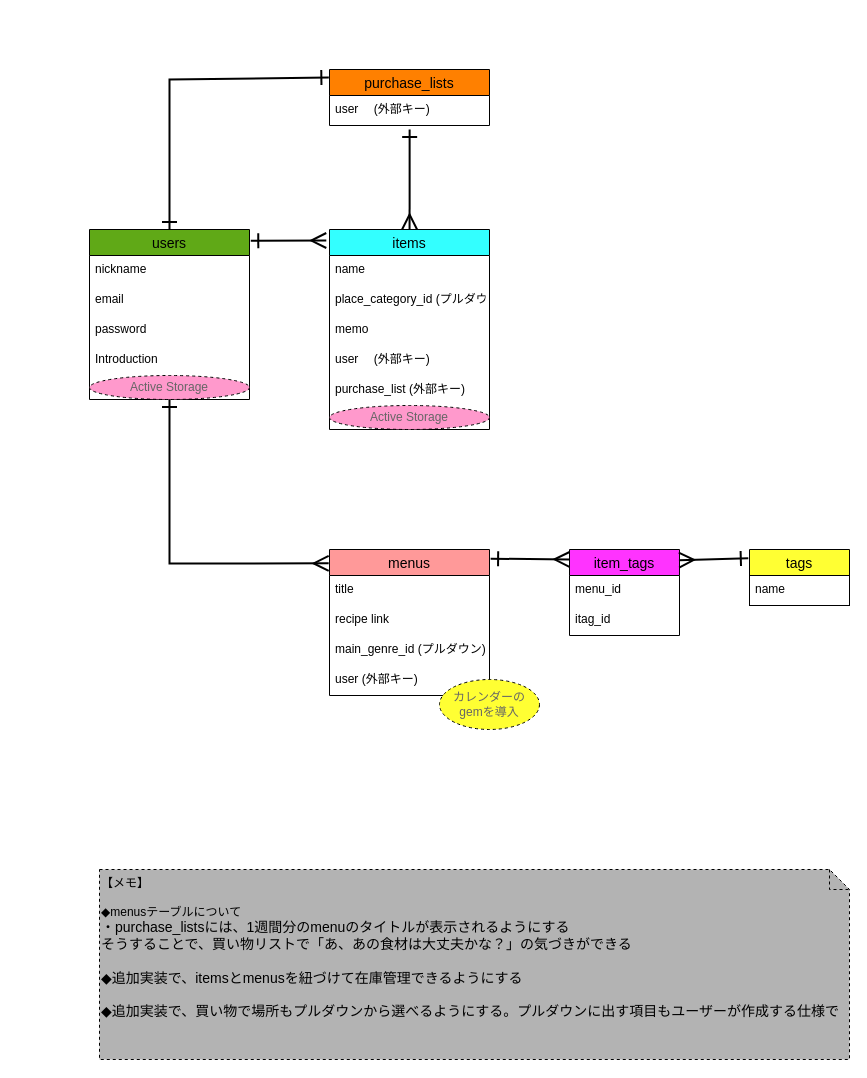
This is page "案1" (1 of 2) of ER.dio from miyazato1872/shopping_memo, a draw.io file, before an edit. Source tidied: cells renumbered, new cells numbered last; positions are measured from the earlier drawing's top-left corner, leaving out a move shared by most shapes. Both pictures are drawn from the tidied source at 100%, with x=0, y=0 at pixel (89, 69).
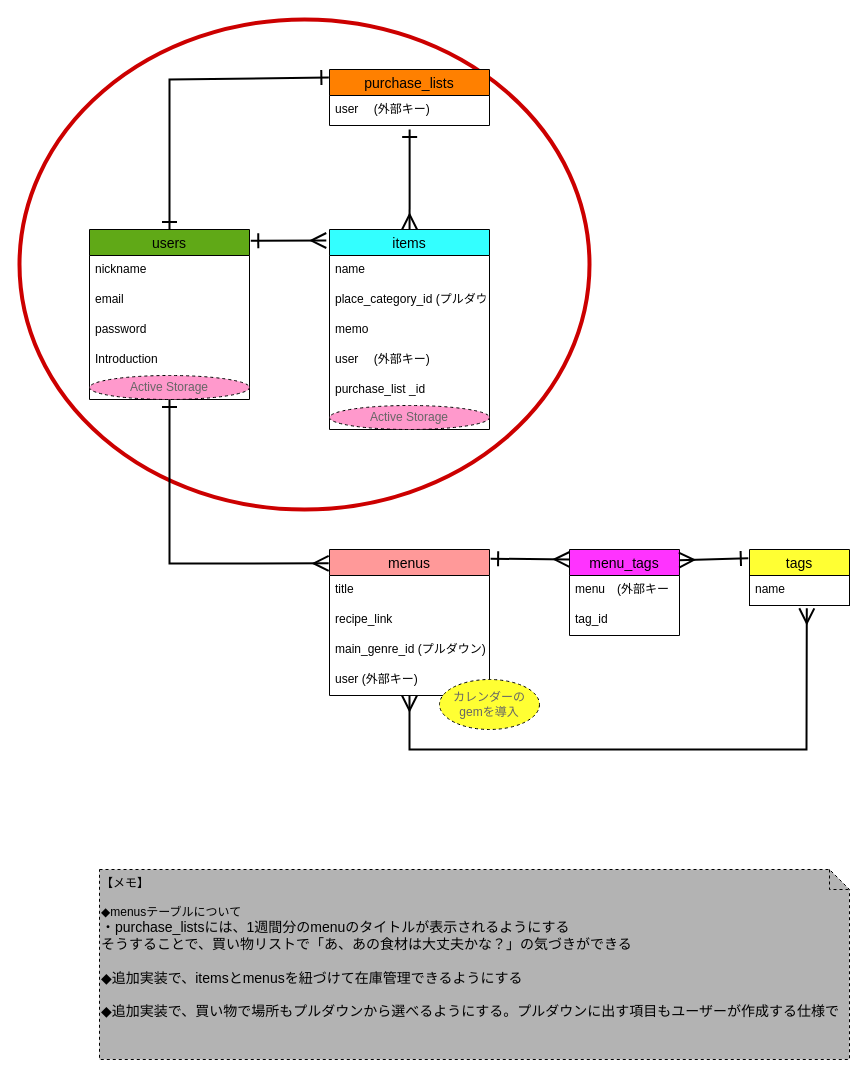
The same diagram, later.

Commit message (it also covers changes not shown here):
READMEにデータベース設計を記述

The change refers to these unchanged cells:
```xml
<mxCell id="8" value="items" style="swimlane;fontStyle=0;horizontal=1;startSize=26;align=center;fontSize=14;rounded=0;swimlaneLine=1;glass=0;shadow=0;fillColor=#33FFFF;fontColor=#000000;" parent="1" vertex="1">
  <mxGeometry x="240" y="160" width="160" height="200" as="geometry" />
</mxCell>
<mxCell id="19" value="menus" style="swimlane;fontStyle=0;horizontal=1;startSize=26;align=center;fontSize=14;rounded=0;swimlaneLine=1;glass=0;shadow=0;fillColor=#FF9999;fontColor=#000000;" parent="1" vertex="1">
  <mxGeometry x="240" y="480" width="160" height="146" as="geometry" />
</mxCell>
<mxCell id="28" value="name" style="text;strokeColor=default;fillColor=none;spacingLeft=4;spacingRight=4;overflow=hidden;points=[[0,0.5],[1,0.5]];portConstraint=eastwest;fontSize=12;" parent="27" vertex="1">
  <mxGeometry y="26" width="100" height="30" as="geometry" />
</mxCell>
```

The edit, as a diff of the source:
```diff
@@
+    <mxCell id="35" style="ellipse;whiteSpace=wrap;html=1;align=center;rounded=0;shadow=0;glass=0;sketch=0;strokeWidth=4;fillColor=none;strokeColor=#CC0000;" parent="1" vertex="1">
+      <mxGeometry x="-70" y="-50" width="570" height="490" as="geometry" />
+    </mxCell>
@@
-    <mxCell id="13" value="purchase_list (外部キー)" style="text;strokeColor=none;fillColor=none;spacingLeft=4;spacingRight=4;overflow=hidden;fontSize=12;" parent="8" vertex="1">
+    <mxCell id="13" value="purchase_list _id" style="text;strokeColor=none;fillColor=none;spacingLeft=4;spacingRight=4;overflow=hidden;fontSize=12;" parent="8" vertex="1">
       <mxGeometry y="146" width="160" height="30" as="geometry" />
     </mxCell>
@@
-    <mxCell id="21" value="recipe link&#10;&#10;&#10;&#10;" style="text;strokeColor=none;fillColor=none;spacingLeft=4;spacingRight=4;overflow=hidden;fontSize=12;" parent="19" vertex="1">
+    <mxCell id="21" value="recipe_link&#10;&#10;&#10;&#10;" style="text;strokeColor=none;fillColor=none;spacingLeft=4;spacingRight=4;overflow=hidden;fontSize=12;" parent="19" vertex="1">
       <mxGeometry y="56" width="160" height="30" as="geometry" />
     </mxCell>
@@
-    <mxCell id="29" value="item_tags" style="swimlane;fontStyle=0;horizontal=1;startSize=26;align=center;fontSize=14;rounded=0;swimlaneLine=1;glass=0;shadow=0;fillColor=#FF33FF;fontColor=#000000;" parent="1" vertex="1">
+    <mxCell id="29" value="menu_tags" style="swimlane;fontStyle=0;horizontal=1;startSize=26;align=center;fontSize=14;rounded=0;swimlaneLine=1;glass=0;shadow=0;fillColor=#FF33FF;fontColor=#000000;" parent="1" vertex="1">
       <mxGeometry x="480" y="480" width="110" height="86" as="geometry" />
     </mxCell>
-    <mxCell id="30" value="menu_id" style="text;strokeColor=none;fillColor=none;spacingLeft=4;spacingRight=4;overflow=hidden;fontSize=12;" parent="29" vertex="1">
+    <mxCell id="30" value="menu　(外部キー" style="text;strokeColor=none;fillColor=none;spacingLeft=4;spacingRight=4;overflow=hidden;fontSize=12;" parent="29" vertex="1">
       <mxGeometry y="26" width="110" height="30" as="geometry" />
     </mxCell>
-    <mxCell id="31" value="itag_id" style="text;strokeColor=none;fillColor=none;spacingLeft=4;spacingRight=4;overflow=hidden;fontSize=12;" parent="29" vertex="1">
+    <mxCell id="31" value="tag_id" style="text;strokeColor=none;fillColor=none;spacingLeft=4;spacingRight=4;overflow=hidden;fontSize=12;" parent="29" vertex="1">
       <mxGeometry y="56" width="110" height="30" as="geometry" />
     </mxCell>
@@
+    <mxCell id="36" style="endArrow=ERmany;html=1;rounded=0;strokeWidth=2;fontColor=#F0F0F0;startSize=12;endSize=12;sourcePerimeterSpacing=0;endFill=0;startArrow=ERmany;startFill=0;exitX=0.573;exitY=1.094;exitDx=0;exitDy=0;exitPerimeter=0;entryX=0.5;entryY=1;entryDx=0;entryDy=0;" parent="1" edge="1" source="28" target="19">
+      <mxGeometry relative="1" as="geometry">
+        <Array as="points">
+          <mxPoint x="717" y="680" />
+          <mxPoint x="320" y="680" />
+        </Array>
+      </mxGeometry>
+    </mxCell>
```
